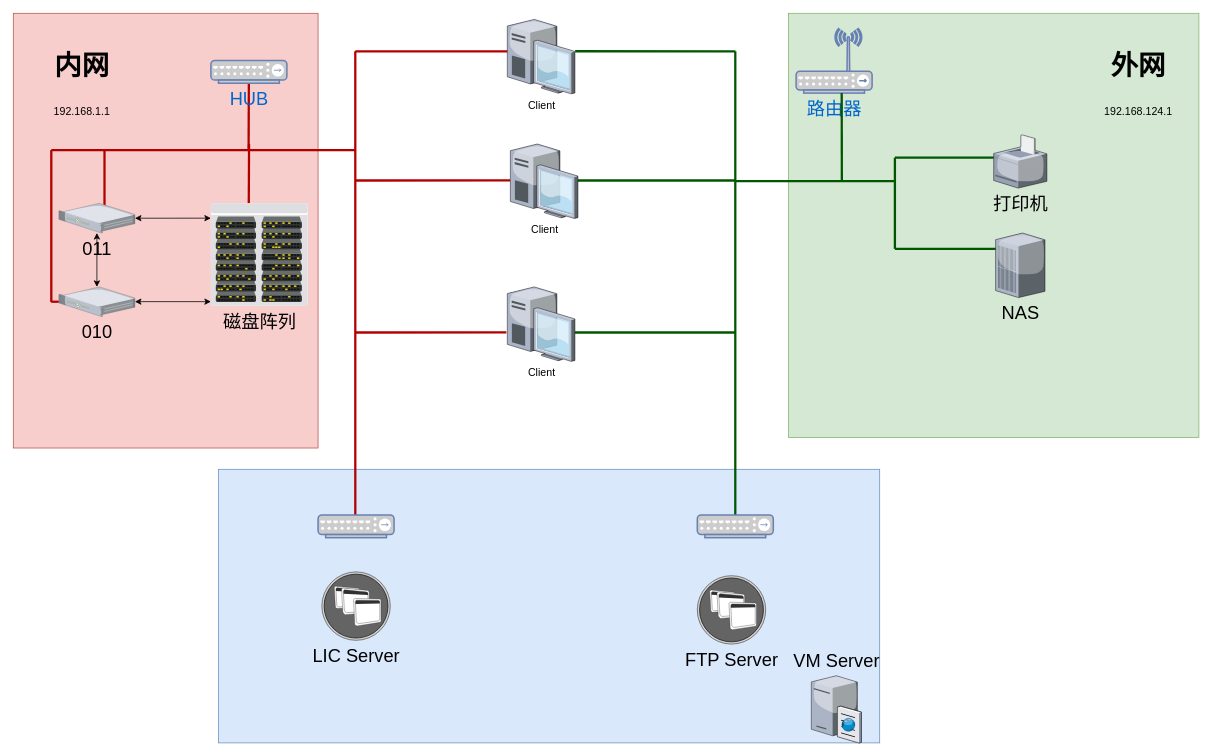
The draw.io diagram 未命名绘图.drawio in sustcsugar/draw.io, before the edit. Source tidied: cells renumbered, new cells numbered last; positions are measured from the earlier drawing's top-left corner, leaving out a move shared by most shapes. Both pictures are drawn from the tidied source at 76%, with x=0, y=0 at pixel (13, 13).
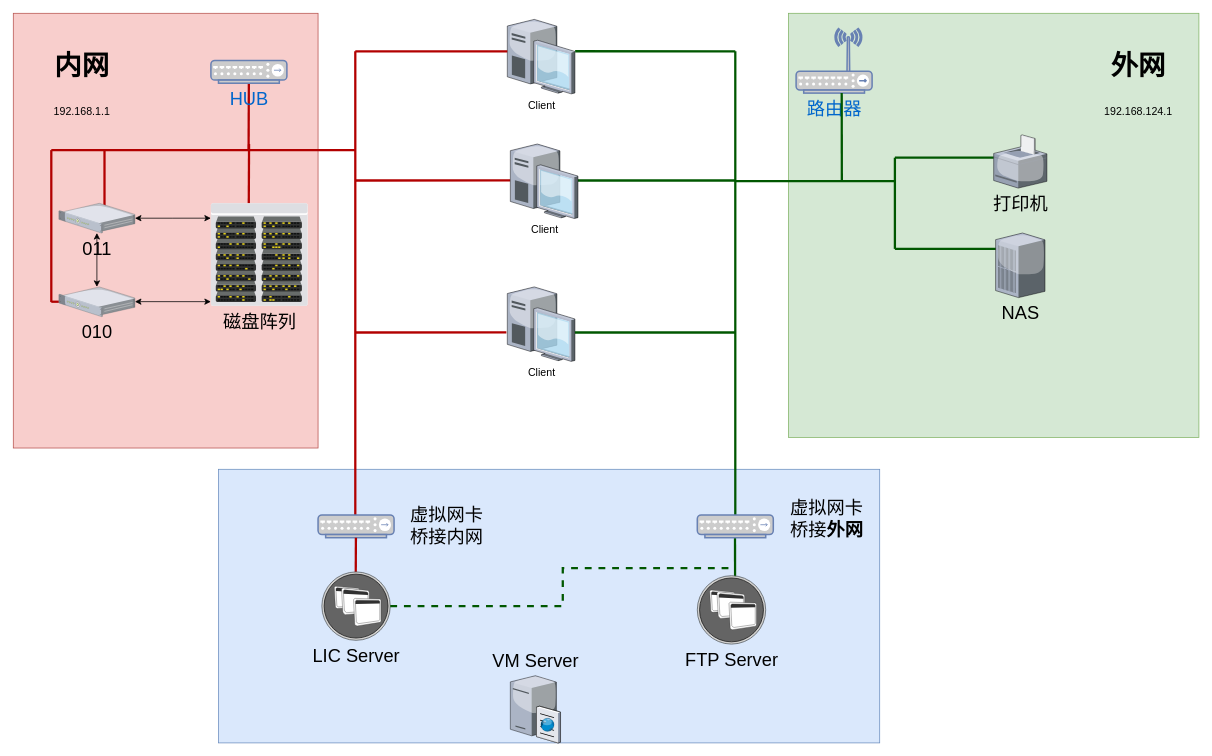
The same diagram, later.

Commit message:
更新未命名绘图.drawio

Unchanged cells that the change refers to:
```xml
<mxCell id="2" style="rounded=0;whiteSpace=wrap;html=1;fontSize=24;fillColor=#dae8fc;strokeColor=#6c8ebf;" parent="1" vertex="1">
  <mxGeometry x="270" y="600" width="870" height="360" as="geometry" />
</mxCell>
<mxCell id="40" value="LIC Server" style="verticalLabelPosition=bottom;sketch=0;html=1;verticalAlign=top;strokeColor=none;align=center;outlineConnect=0;shape=mxgraph.citrix.role_applications;fontSize=24;" parent="1" vertex="1">
  <mxGeometry x="406" y="735" width="90" height="90" as="geometry" />
</mxCell>
```

Diff of the diagram source:
```diff
@@
     <mxCell id="7" value="&lt;span style=&quot;font-size: 24px;&quot;&gt;VM Server&lt;/span&gt;" style="verticalLabelPosition=top;html=1;verticalAlign=bottom;strokeColor=none;shape=mxgraph.citrix.cache_server;fillColor=#66B2FF;gradientColor=#0066CC;fontSize=14;labelPosition=center;align=center;" parent="1" vertex="1">
-      <mxGeometry x="1050" y="869.5" width="65.9" height="90.5" as="geometry" />
+      <mxGeometry x="654" y="869.5" width="65.9" height="90.5" as="geometry" />
     </mxCell>
@@
+    <mxCell id="42" style="fontColor=#0066CC;verticalAlign=top;verticalLabelPosition=bottom;labelPosition=center;align=center;html=1;fillColor=#CCCCCC;strokeColor=#6881B3;gradientColor=none;gradientDirection=north;strokeWidth=2;shape=mxgraph.networks.hub;fontSize=24;" parent="1" vertex="1">
+      <mxGeometry x="401" y="660" width="100" height="30" as="geometry" />
+    </mxCell>
+    <mxCell id="44" style="html=1;rounded=0;fontSize=24;startArrow=none;startFill=0;endArrow=none;endFill=0;strokeWidth=3;fillColor=#e51400;strokeColor=#B20000;" parent="1" edge="1">
+      <mxGeometry relative="1" as="geometry">
+        <mxPoint x="450.8" y="690" as="sourcePoint" />
+        <mxPoint x="450.4" y="778" as="targetPoint" />
+      </mxGeometry>
+    </mxCell>
@@
+    <mxCell id="45" style="html=1;rounded=0;fontSize=24;startArrow=none;startFill=0;endArrow=none;endFill=0;strokeWidth=3;fillColor=#008a00;strokeColor=#005700;" parent="1" edge="1">
+      <mxGeometry relative="1" as="geometry">
+        <mxPoint x="949.8" y="795" as="sourcePoint" />
+        <mxPoint x="949.6" y="680" as="targetPoint" />
+      </mxGeometry>
+    </mxCell>
+    <mxCell id="43" style="fontColor=#0066CC;verticalAlign=top;verticalLabelPosition=bottom;labelPosition=center;align=center;html=1;outlineConnect=0;fillColor=#CCCCCC;strokeColor=#6881B3;gradientColor=none;gradientDirection=north;strokeWidth=2;shape=mxgraph.networks.hub;fontSize=24;" parent="1" vertex="1">
+      <mxGeometry x="900" y="660" width="100" height="30" as="geometry" />
+    </mxCell>
@@
-    <mxCell id="42" style="fontColor=#0066CC;verticalAlign=top;verticalLabelPosition=bottom;labelPosition=center;align=center;html=1;fillColor=#CCCCCC;strokeColor=#6881B3;gradientColor=none;gradientDirection=north;strokeWidth=2;shape=mxgraph.networks.hub;fontSize=24;" parent="1" vertex="1">
-      <mxGeometry x="401" y="660" width="100" height="30" as="geometry" />
-    </mxCell>
-    <mxCell id="43" style="fontColor=#0066CC;verticalAlign=top;verticalLabelPosition=bottom;labelPosition=center;align=center;html=1;outlineConnect=0;fillColor=#CCCCCC;strokeColor=#6881B3;gradientColor=none;gradientDirection=north;strokeWidth=2;shape=mxgraph.networks.hub;fontSize=24;" parent="1" vertex="1">
-      <mxGeometry x="900" y="660" width="100" height="30" as="geometry" />
-    </mxCell>
+    <mxCell id="46" value="虚拟网卡&lt;br&gt;桥接内网" style="text;html=1;align=center;verticalAlign=middle;strokeColor=none;fillColor=none;fontSize=24;" parent="1" vertex="1">
+      <mxGeometry x="510" y="640" width="120" height="70" as="geometry" />
+    </mxCell>
+    <mxCell id="47" value="虚拟网卡&lt;br&gt;桥接&lt;b&gt;外网&lt;/b&gt;" style="text;html=1;align=center;verticalAlign=middle;strokeColor=none;fillColor=none;fontSize=24;" parent="1" vertex="1">
+      <mxGeometry x="1010" y="630" width="120" height="70" as="geometry" />
+    </mxCell>
+    <mxCell id="48" style="edgeStyle=elbowEdgeStyle;elbow=horizontal;endArrow=none;html=1;curved=0;rounded=0;endSize=8;startSize=8;strokeWidth=3;fontSize=24;entryX=0.782;entryY=0.361;entryDx=0;entryDy=0;entryPerimeter=0;endFill=0;fillColor=#008a00;strokeColor=#005700;dashed=1;" parent="1" edge="1" source="40" target="2">
+      <mxGeometry relative="1" as="geometry" />
+    </mxCell>
```
